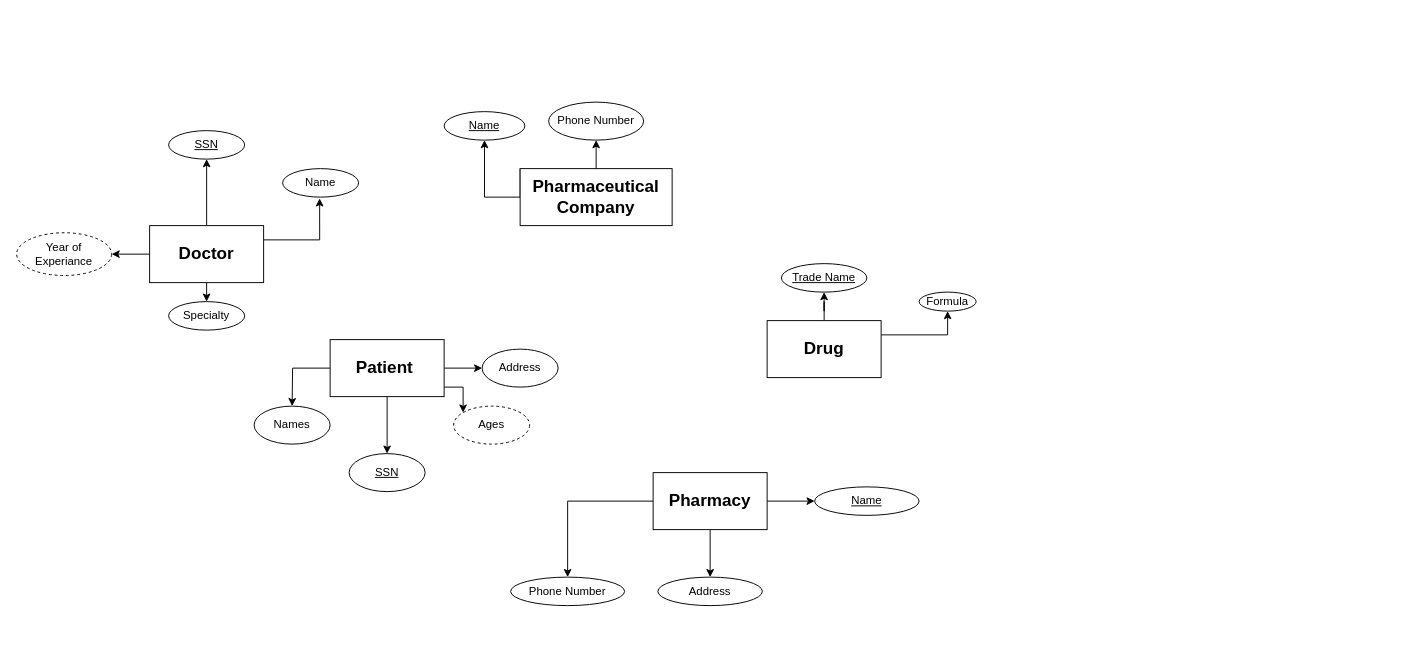
This is The Prescriptions-R-X chain of pharmacies.drawio from Dilka98/ER-Diagram, a draw.io file, before an edit. Source tidied: cells renumbered, new cells numbered last; positions are measured from the earlier drawing's top-left corner, leaving out a move shared by most shapes. Both pictures are drawn from the tidied source at 95%, with x=0, y=0 at pixel (16, 102).
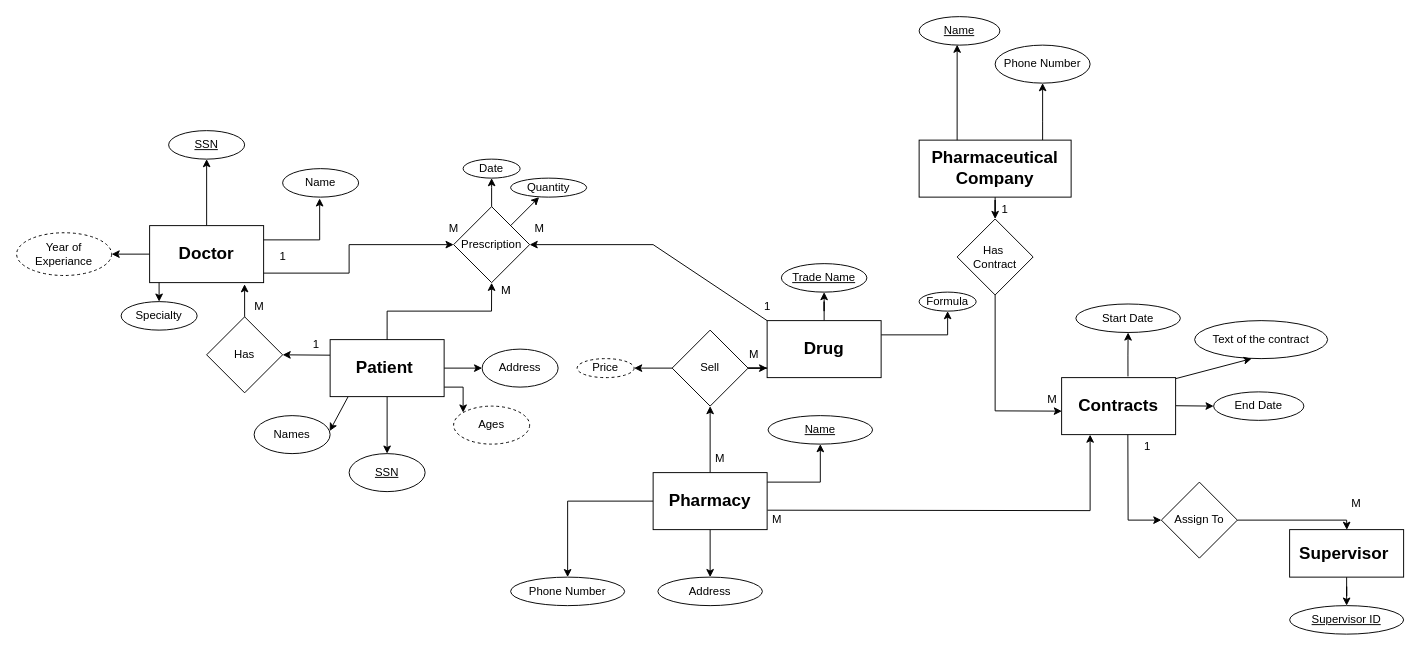
The same page after the edit.

The change refers to these unchanged cells:
```xml
<mxCell id="6" value="&lt;h2&gt;Patient&amp;nbsp;&lt;/h2&gt;" style="rounded=0;whiteSpace=wrap;html=1;" parent="1" vertex="1">
  <mxGeometry x="330" y="250" width="120" height="60" as="geometry" />
</mxCell>
<mxCell id="14" value="&lt;h2&gt;Doctor&lt;/h2&gt;" style="rounded=0;whiteSpace=wrap;html=1;" parent="1" vertex="1">
  <mxGeometry x="140" y="130" width="120" height="60" as="geometry" />
</mxCell>
<mxCell id="27" value="&lt;h2&gt;Drug&lt;/h2&gt;" style="rounded=0;whiteSpace=wrap;html=1;" parent="1" vertex="1">
  <mxGeometry x="790" y="230" width="120" height="60" as="geometry" />
</mxCell>
<mxCell id="33" value="&lt;h2&gt;Pharmacy&lt;/h2&gt;" style="rounded=0;whiteSpace=wrap;html=1;" parent="1" vertex="1">
  <mxGeometry x="670" y="390" width="120" height="60" as="geometry" />
</mxCell>
```

Diff of the diagram source:
```diff
@@
-    <mxCell id="3" style="edgeStyle=orthogonalEdgeStyle;rounded=0;jettySize=auto;html=1;" parent="1" edge="1" source="6">
-      <mxGeometry relative="1" as="geometry">
-        <mxPoint x="290" y="320" as="targetPoint" />
-      </mxGeometry>
-    </mxCell>
@@
     <mxCell id="8" value="Names" style="ellipse;whiteSpace=wrap;html=1;" parent="1" vertex="1">
-      <mxGeometry x="250" y="320" width="80" height="40" as="geometry" />
+      <mxGeometry x="250" y="330" width="80" height="40" as="geometry" />
     </mxCell>
@@
-    <mxCell id="12" style="edgeStyle=orthogonalEdgeStyle;rounded=0;jettySize=auto;html=1;exitX=0.5;exitY=1;exitDx=0;exitDy=0;entryX=0.5;entryY=0;entryDx=0;entryDy=0;" parent="1" edge="1" source="14" target="18">
-      <mxGeometry relative="1" as="geometry" />
-    </mxCell>
@@
     <mxCell id="18" value="Specialty" style="ellipse;whiteSpace=wrap;html=1;rounded=0;fontStyle=0;" parent="1" vertex="1">
-      <mxGeometry x="160" y="210" width="80" height="30" as="geometry" />
+      <mxGeometry x="110" y="210" width="80" height="30" as="geometry" />
     </mxCell>
@@
-    <mxCell id="20" style="edgeStyle=orthogonalEdgeStyle;rounded=0;jettySize=auto;html=1;exitX=0;exitY=0;exitDx=0;exitDy=0;entryX=0.5;entryY=1;entryDx=0;entryDy=0;" parent="1" edge="1" source="22" target="23">
-      <mxGeometry relative="1" as="geometry">
-        <Array as="points">
-          <mxPoint x="530" y="100" />
-          <mxPoint x="492" y="100" />
-        </Array>
-      </mxGeometry>
-    </mxCell>
-    <mxCell id="21" style="edgeStyle=orthogonalEdgeStyle;rounded=0;jettySize=auto;html=1;exitX=0.5;exitY=0;exitDx=0;exitDy=0;entryX=0.5;entryY=1;entryDx=0;entryDy=0;" parent="1" edge="1" source="22" target="24">
-      <mxGeometry relative="1" as="geometry" />
+    <mxCell id="21" style="edgeStyle=orthogonalEdgeStyle;rounded=0;jettySize=auto;html=1;" parent="1" edge="1" source="22" target="24">
+      <mxGeometry relative="1" as="geometry">
+        <Array as="points">
+          <mxPoint x="1080" y="20" />
+          <mxPoint x="1080" y="20" />
+        </Array>
+      </mxGeometry>
     </mxCell>
+    <mxCell id="37" style="edgeStyle=orthogonalEdgeStyle;rounded=0;jettySize=auto;html=1;" parent="1" edge="1" source="22" target="76">
+      <mxGeometry relative="1" as="geometry" />
+    </mxCell>
     <mxCell id="22" value="&lt;h2&gt;Pharmaceutical Company&lt;/h2&gt;" style="rounded=0;whiteSpace=wrap;html=1;" parent="1" vertex="1">
-      <mxGeometry x="530" y="70" width="160" height="60" as="geometry" />
+      <mxGeometry x="950" y="40" width="160" height="60" as="geometry" />
     </mxCell>
     <mxCell id="23" value="&lt;u&gt;Name&lt;/u&gt;" style="ellipse;whiteSpace=wrap;html=1;" parent="1" vertex="1">
-      <mxGeometry x="450" y="10" width="85" height="30" as="geometry" />
+      <mxGeometry x="950" y="-90" width="85" height="30" as="geometry" />
     </mxCell>
     <mxCell id="24" value="Phone Number" style="ellipse;whiteSpace=wrap;html=1;" parent="1" vertex="1">
-      <mxGeometry x="560" width="100" height="40" as="geometry" />
+      <mxGeometry x="1030" y="-60" width="100" height="40" as="geometry" />
     </mxCell>
@@
     <mxCell id="30" style="edgeStyle=orthogonalEdgeStyle;rounded=0;jettySize=auto;html=1;" parent="1" edge="1" source="33" target="34">
-      <mxGeometry relative="1" as="geometry" />
+      <mxGeometry relative="1" as="geometry">
+        <Array as="points">
+          <mxPoint x="846" y="400" />
+        </Array>
+      </mxGeometry>
     </mxCell>
@@
+    <mxCell id="38" style="edgeStyle=orthogonalEdgeStyle;rounded=0;jettySize=auto;html=1;" parent="1" edge="1" source="33" target="42">
+      <mxGeometry relative="1" as="geometry" />
+    </mxCell>
@@
     <mxCell id="34" value="&lt;u&gt;Name&lt;/u&gt;" style="ellipse;whiteSpace=wrap;html=1;rounded=0;" parent="1" vertex="1">
-      <mxGeometry x="840" y="405" width="110" height="30" as="geometry" />
+      <mxGeometry x="791" y="330" width="110" height="30" as="geometry" />
     </mxCell>
@@
+    <mxCell id="39" value="Has" style="rhombus;whiteSpace=wrap;html=1;rounded=0;" parent="1" vertex="1">
+      <mxGeometry x="200" y="226" width="80" height="80" as="geometry" />
+    </mxCell>
+    <mxCell id="40" value="M" style="text;html=1;align=center;verticalAlign=middle;strokeColor=none;fillColor=none;" parent="1" vertex="1">
+      <mxGeometry x="240" y="200" width="30" height="30" as="geometry" />
+    </mxCell>
+    <mxCell id="41" style="edgeStyle=orthogonalEdgeStyle;rounded=0;jettySize=auto;html=1;" parent="1" edge="1" source="42" target="46">
+      <mxGeometry relative="1" as="geometry" />
+    </mxCell>
+    <mxCell id="42" value="Sell" style="rhombus;whiteSpace=wrap;html=1;rounded=0;" parent="1" vertex="1">
+      <mxGeometry x="690" y="240" width="80" height="80" as="geometry" />
+    </mxCell>
+    <mxCell id="43" style="edgeStyle=orthogonalEdgeStyle;rounded=0;jettySize=auto;html=1;entryX=0;entryY=0.833;entryDx=0;entryDy=0;entryPerimeter=0;" parent="1" edge="1" source="42" target="27">
+      <mxGeometry relative="1" as="geometry" />
+    </mxCell>
+    <mxCell id="44" value="M" style="text;html=1;align=center;verticalAlign=middle;strokeColor=none;fillColor=none;" parent="1" vertex="1">
+      <mxGeometry x="725" y="360" width="30" height="30" as="geometry" />
+    </mxCell>
+    <mxCell id="45" value="M" style="text;html=1;align=center;verticalAlign=middle;strokeColor=none;fillColor=none;" parent="1" vertex="1">
+      <mxGeometry x="761" y="251" width="30" height="30" as="geometry" />
+    </mxCell>
+    <mxCell id="46" value="Price" style="ellipse;whiteSpace=wrap;html=1;rounded=0;dashed=1;" parent="1" vertex="1">
+      <mxGeometry x="590" y="270" width="60" height="20" as="geometry" />
+    </mxCell>
+    <mxCell id="12" style="edgeStyle=none;jettySize=auto;html=1;rounded=0;entryX=0.5;entryY=0;entryDx=0;entryDy=0;exitX=0.083;exitY=1;exitDx=0;exitDy=0;exitPerimeter=0;" parent="1" edge="1" source="14" target="18">
+      <mxGeometry relative="1" as="geometry" />
+    </mxCell>
+    <mxCell id="47" style="edgeStyle=none;jettySize=auto;html=1;rounded=0;exitX=0.157;exitY=1.004;exitDx=0;exitDy=0;exitPerimeter=0;entryX=0.994;entryY=0.406;entryDx=0;entryDy=0;entryPerimeter=0;" parent="1" edge="1" source="6" target="8">
+      <mxGeometry relative="1" as="geometry" />
+    </mxCell>
+    <mxCell id="48" style="edgeStyle=orthogonalEdgeStyle;rounded=0;jettySize=auto;html=1;" parent="1" edge="1" source="49">
+      <mxGeometry relative="1" as="geometry">
+        <mxPoint x="500" y="80" as="targetPoint" />
+      </mxGeometry>
+    </mxCell>
+    <mxCell id="49" value="Prescription" style="rhombus;whiteSpace=wrap;html=1;" parent="1" vertex="1">
+      <mxGeometry x="460" y="110" width="80" height="80" as="geometry" />
+    </mxCell>
+    <mxCell id="20" style="edgeStyle=none;jettySize=auto;html=1;rounded=0;entryX=0.471;entryY=0.985;entryDx=0;entryDy=0;exitX=0.25;exitY=0;exitDx=0;exitDy=0;entryPerimeter=0;" parent="1" edge="1" source="22" target="23">
+      <mxGeometry relative="1" as="geometry" />
+    </mxCell>
+    <mxCell id="50" style="edgeStyle=none;jettySize=auto;html=1;rounded=0;exitX=0.5;exitY=0;exitDx=0;exitDy=0;entryX=0.833;entryY=1.028;entryDx=0;entryDy=0;entryPerimeter=0;" parent="1" edge="1" source="39" target="14">
+      <mxGeometry relative="1" as="geometry" />
+    </mxCell>
+    <mxCell id="51" style="edgeStyle=none;jettySize=auto;html=1;rounded=0;entryX=0;entryY=0.5;entryDx=0;entryDy=0;" parent="1" edge="1" target="49">
+      <mxGeometry relative="1" as="geometry">
+        <mxPoint x="260" y="180" as="sourcePoint" />
+        <Array as="points">
+          <mxPoint x="350" y="180" />
+          <mxPoint x="350" y="150" />
+        </Array>
+      </mxGeometry>
+    </mxCell>
+    <mxCell id="52" value="1" style="text;html=1;align=center;verticalAlign=middle;strokeColor=none;fillColor=none;" parent="1" vertex="1">
+      <mxGeometry x="265" y="148" width="30" height="30" as="geometry" />
+    </mxCell>
+    <mxCell id="53" value="M" style="text;html=1;align=center;verticalAlign=middle;strokeColor=none;fillColor=none;" parent="1" vertex="1">
+      <mxGeometry x="445" y="118" width="30" height="30" as="geometry" />
+    </mxCell>
+    <mxCell id="54" style="edgeStyle=none;jettySize=auto;html=1;rounded=0;exitX=0;exitY=0;exitDx=0;exitDy=0;entryX=1;entryY=0.5;entryDx=0;entryDy=0;" parent="1" edge="1" source="27" target="49">
+      <mxGeometry relative="1" as="geometry">
+        <Array as="points">
+          <mxPoint x="670" y="150" />
+        </Array>
+      </mxGeometry>
+    </mxCell>
+    <mxCell id="55" value="1" style="text;html=1;align=center;verticalAlign=middle;strokeColor=none;fillColor=none;" parent="1" vertex="1">
+      <mxGeometry x="775" y="200" width="30" height="30" as="geometry" />
+    </mxCell>
+    <mxCell id="56" value="M" style="text;html=1;align=center;verticalAlign=middle;strokeColor=none;fillColor=none;" parent="1" vertex="1">
+      <mxGeometry x="535" y="118" width="30" height="30" as="geometry" />
+    </mxCell>
+    <mxCell id="57" style="edgeStyle=none;jettySize=auto;html=1;rounded=0;entryX=-0.064;entryY=0.008;entryDx=0;entryDy=0;entryPerimeter=0;exitX=0.5;exitY=0;exitDx=0;exitDy=0;" parent="1" edge="1" source="6">
+      <mxGeometry relative="1" as="geometry">
+        <mxPoint x="500" y="190.2" as="targetPoint" />
+        <Array as="points">
+          <mxPoint x="390" y="240" />
+          <mxPoint x="390" y="220" />
+          <mxPoint x="499.9" y="220" />
+        </Array>
+      </mxGeometry>
+    </mxCell>
+    <mxCell id="58" value="M" style="text;html=1;align=center;verticalAlign=middle;strokeColor=none;fillColor=none;" parent="1" vertex="1">
+      <mxGeometry x="500" y="182.5" width="30" height="30" as="geometry" />
+    </mxCell>
+    <mxCell id="59" value="1" style="text;html=1;align=center;verticalAlign=middle;points=[];strokeColor=none;fillColor=none;" parent="1" vertex="1">
+      <mxGeometry x="300" y="240" width="30" height="30" as="geometry" />
+    </mxCell>
+    <mxCell id="60" style="edgeStyle=none;jettySize=auto;html=1;rounded=0;entryX=1;entryY=0.5;entryDx=0;entryDy=0;exitX=0.996;exitY=0.879;exitDx=0;exitDy=0;exitPerimeter=0;" parent="1" edge="1" source="59" target="39">
+      <mxGeometry relative="1" as="geometry" />
+    </mxCell>
+    <mxCell id="61" value="Date" style="ellipse;whiteSpace=wrap;html=1;" parent="1" vertex="1">
+      <mxGeometry x="470" y="60" width="60" height="20" as="geometry" />
+    </mxCell>
+    <mxCell id="62" style="edgeStyle=none;jettySize=auto;html=1;rounded=0;" parent="1" edge="1" source="49">
+      <mxGeometry relative="1" as="geometry">
+        <mxPoint x="550" y="100" as="targetPoint" />
+      </mxGeometry>
+    </mxCell>
+    <mxCell id="63" value="Quantity" style="ellipse;whiteSpace=wrap;html=1;" parent="1" vertex="1">
+      <mxGeometry x="520" y="80" width="80" height="20" as="geometry" />
+    </mxCell>
+    <mxCell id="64" style="edgeStyle=orthogonalEdgeStyle;rounded=0;jettySize=auto;html=1;exitX=0.582;exitY=-0.021;exitDx=0;exitDy=0;exitPerimeter=0;" parent="1" edge="1" source="75" target="67">
+      <mxGeometry relative="1" as="geometry" />
+    </mxCell>
+    <mxCell id="65" style="edgeStyle=none;jettySize=auto;html=1;rounded=0;entryX=0.585;entryY=1.01;entryDx=0;entryDy=0;entryPerimeter=0;exitX=1.003;exitY=0.659;exitDx=0;exitDy=0;exitPerimeter=0;" parent="1" edge="1" source="33">
+      <mxGeometry relative="1" as="geometry">
+        <mxPoint x="1130" y="350" as="targetPoint" />
+        <Array as="points">
+          <mxPoint x="1130" y="430" />
+        </Array>
+      </mxGeometry>
+    </mxCell>
+    <mxCell id="66" value="M" style="text;html=1;align=center;verticalAlign=middle;strokeColor=none;fillColor=none;" parent="1" vertex="1">
+      <mxGeometry x="785" y="425" width="30" height="30" as="geometry" />
+    </mxCell>
+    <mxCell id="67" value="Start Date" style="ellipse;whiteSpace=wrap;html=1;" parent="1" vertex="1">
+      <mxGeometry x="1115" y="212.5" width="110" height="30" as="geometry" />
+    </mxCell>
+    <mxCell id="68" value="End Date" style="ellipse;whiteSpace=wrap;html=1;" parent="1" vertex="1">
+      <mxGeometry x="1260" y="305" width="95" height="30" as="geometry" />
+    </mxCell>
+    <mxCell id="69" value="Text of the contract" style="ellipse;whiteSpace=wrap;html=1;" parent="1" vertex="1">
+      <mxGeometry x="1240" y="230" width="140" height="40" as="geometry" />
+    </mxCell>
+    <mxCell id="70" style="edgeStyle=none;jettySize=auto;html=1;rounded=0;exitX=1.002;exitY=0.017;exitDx=0;exitDy=0;exitPerimeter=0;entryX=0.429;entryY=1;entryDx=0;entryDy=0;entryPerimeter=0;" parent="1" edge="1" source="75" target="69">
+      <mxGeometry relative="1" as="geometry" />
+    </mxCell>
+    <mxCell id="71" style="edgeStyle=orthogonalEdgeStyle;rounded=0;jettySize=auto;html=1;" parent="1" edge="1" source="72" target="73">
+      <mxGeometry relative="1" as="geometry" />
+    </mxCell>
+    <mxCell id="72" value="&lt;h2&gt;Supervisor&amp;nbsp;&lt;/h2&gt;" style="whiteSpace=wrap;html=1;" parent="1" vertex="1">
+      <mxGeometry x="1340" y="450" width="120" height="50" as="geometry" />
+    </mxCell>
+    <mxCell id="73" value="&lt;u&gt;Supervisor ID&lt;/u&gt;" style="ellipse;whiteSpace=wrap;html=1;" parent="1" vertex="1">
+      <mxGeometry x="1340" y="530" width="120" height="30" as="geometry" />
+    </mxCell>
+    <mxCell id="74" style="edgeStyle=none;jettySize=auto;html=1;rounded=0;entryX=0;entryY=0.5;entryDx=0;entryDy=0;exitX=1.002;exitY=0.493;exitDx=0;exitDy=0;exitPerimeter=0;" parent="1" edge="1" source="75" target="68">
+      <mxGeometry relative="1" as="geometry" />
+    </mxCell>
+    <mxCell id="75" value="&lt;h2&gt;Contracts&lt;/h2&gt;" style="whiteSpace=wrap;html=1;" parent="1" vertex="1">
+      <mxGeometry x="1100" y="290" width="120" height="60" as="geometry" />
+    </mxCell>
+    <mxCell id="76" value="Has&amp;nbsp;&lt;div&gt;Contract&lt;/div&gt;" style="rhombus;whiteSpace=wrap;html=1;" parent="1" vertex="1">
+      <mxGeometry x="990" y="123" width="80" height="80" as="geometry" />
+    </mxCell>
+    <mxCell id="77" style="edgeStyle=none;jettySize=auto;html=1;rounded=0;exitX=0.5;exitY=1;exitDx=0;exitDy=0;entryX=0.002;entryY=0.588;entryDx=0;entryDy=0;entryPerimeter=0;" parent="1" edge="1" source="76" target="75">
+      <mxGeometry relative="1" as="geometry">
+        <Array as="points">
+          <mxPoint x="1030" y="325" />
+        </Array>
+      </mxGeometry>
+    </mxCell>
+    <mxCell id="78" value="1" style="text;html=1;align=center;verticalAlign=middle;strokeColor=none;fillColor=none;" parent="1" vertex="1">
+      <mxGeometry x="1025" y="98" width="30" height="30" as="geometry" />
+    </mxCell>
+    <mxCell id="79" value="M" style="text;html=1;align=center;verticalAlign=middle;strokeColor=none;fillColor=none;" parent="1" vertex="1">
+      <mxGeometry x="1075" y="298" width="30" height="30" as="geometry" />
+    </mxCell>
+    <mxCell id="80" value="Assign To" style="rhombus;whiteSpace=wrap;html=1;" parent="1" vertex="1">
+      <mxGeometry x="1205" y="400" width="80" height="80" as="geometry" />
+    </mxCell>
+    <mxCell id="81" style="edgeStyle=none;jettySize=auto;html=1;rounded=0;exitX=0.581;exitY=1.002;exitDx=0;exitDy=0;exitPerimeter=0;entryX=0;entryY=0.5;entryDx=0;entryDy=0;" parent="1" edge="1" source="75" target="80">
+      <mxGeometry relative="1" as="geometry">
+        <Array as="points">
+          <mxPoint x="1170" y="440" />
+        </Array>
+      </mxGeometry>
+    </mxCell>
+    <mxCell id="82" style="edgeStyle=none;jettySize=auto;html=1;rounded=0;entryX=0.502;entryY=0.004;entryDx=0;entryDy=0;entryPerimeter=0;" parent="1" edge="1" target="72">
+      <mxGeometry relative="1" as="geometry">
+        <mxPoint x="1285" y="440" as="sourcePoint" />
+        <Array as="points">
+          <mxPoint x="1400" y="440" />
+        </Array>
+      </mxGeometry>
+    </mxCell>
+    <mxCell id="83" value="1" style="text;html=1;align=center;verticalAlign=middle;strokeColor=none;fillColor=none;" parent="1" vertex="1">
+      <mxGeometry x="1175" y="348" width="30" height="30" as="geometry" />
+    </mxCell>
+    <mxCell id="84" value="M" style="text;html=1;align=center;verticalAlign=middle;strokeColor=none;fillColor=none;" parent="1" vertex="1">
+      <mxGeometry x="1395" y="408" width="30" height="30" as="geometry" />
+    </mxCell>
```
